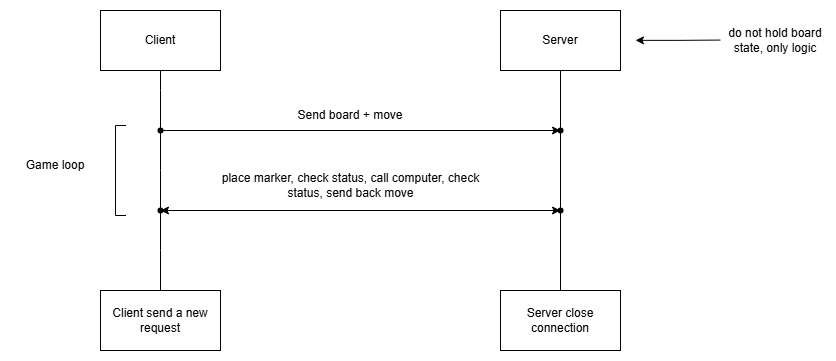
Earlier version of the draw.io export miscellaneous/StatelessDesign.png (AnhNguyen-Olivia/Programming_Exercises). Source tidied: cells renumbered, new cells last; positions are measured from the earlier drawing's top-left corner, leaving out a move shared by most shapes. Source of this version:
```xml
<mxGraphModel>
  <root>
    <mxCell id="0" />
    <mxCell id="1" parent="0" />
    <mxCell id="2" value="Client" style="whiteSpace=wrap;html=1;" parent="1" vertex="1">
      <mxGeometry x="90" width="120" height="60" as="geometry" />
    </mxCell>
    <mxCell id="3" style="edgeStyle=orthogonalEdgeStyle;rounded=0;orthogonalLoop=1;jettySize=auto;html=1;exitX=1;exitY=0.5;exitDx=0;exitDy=0;endArrow=none;endFill=0;startArrow=classic;startFill=1;" parent="1" edge="1">
      <mxGeometry relative="1" as="geometry">
        <mxPoint x="625" y="29.9" as="sourcePoint" />
        <mxPoint x="710" y="29.6" as="targetPoint" />
      </mxGeometry>
    </mxCell>
    <mxCell id="4" value="Server" style="whiteSpace=wrap;html=1;" parent="1" vertex="1">
      <mxGeometry x="490" width="120" height="60" as="geometry" />
    </mxCell>
    <mxCell id="5" style="edgeStyle=orthogonalEdgeStyle;rounded=0;jettySize=auto;html=1;endArrow=none;endFill=0;" parent="1" edge="1" target="6">
      <mxGeometry relative="1" as="geometry">
        <mxPoint x="150" y="60" as="sourcePoint" />
      </mxGeometry>
    </mxCell>
    <mxCell id="6" style="shape=waypoint;sketch=0;fillStyle=solid;size=6;points=[];fillColor=none;perimeter=centerPerimeter;snapToPoint=1;opacity=0;" parent="1" vertex="1">
      <mxGeometry x="140" y="70" width="20" height="20" as="geometry" />
    </mxCell>
    <mxCell id="7" style="edgeStyle=orthogonalEdgeStyle;rounded=0;jettySize=auto;html=1;endArrow=none;endFill=0;" parent="1" edge="1" source="4" target="8">
      <mxGeometry relative="1" as="geometry" />
    </mxCell>
    <mxCell id="8" style="shape=waypoint;sketch=0;fillStyle=solid;size=6;points=[];fillColor=none;perimeter=centerPerimeter;snapToPoint=1;opacity=0;" parent="1" vertex="1">
      <mxGeometry x="540" y="110" width="20" height="20" as="geometry" />
    </mxCell>
    <mxCell id="9" style="edgeStyle=orthogonalEdgeStyle;rounded=0;jettySize=auto;html=1;endArrow=none;endFill=0;" parent="1" edge="1" source="21" target="10">
      <mxGeometry relative="1" as="geometry" />
    </mxCell>
    <mxCell id="10" style="shape=waypoint;sketch=0;fillStyle=solid;size=6;points=[];fillColor=none;perimeter=centerPerimeter;snapToPoint=1;opacity=0;" parent="1" vertex="1">
      <mxGeometry x="140" y="150" width="20" height="20" as="geometry" />
    </mxCell>
    <mxCell id="11" style="edgeStyle=orthogonalEdgeStyle;rounded=0;jettySize=auto;html=1;endArrow=none;endFill=0;" parent="1" edge="1" source="8" target="12">
      <mxGeometry relative="1" as="geometry" />
    </mxCell>
    <mxCell id="12" style="shape=waypoint;sketch=0;fillStyle=solid;size=6;points=[];fillColor=none;perimeter=centerPerimeter;snapToPoint=1;opacity=0;" parent="1" vertex="1">
      <mxGeometry x="540" y="190" width="20" height="20" as="geometry" />
    </mxCell>
    <mxCell id="13" style="edgeStyle=orthogonalEdgeStyle;rounded=0;jettySize=auto;html=1;endArrow=none;endFill=0;" parent="1" edge="1" source="10" target="14">
      <mxGeometry relative="1" as="geometry" />
    </mxCell>
    <mxCell id="14" style="shape=waypoint;sketch=0;fillStyle=solid;size=6;points=[];fillColor=none;perimeter=centerPerimeter;snapToPoint=1;opacity=0;" parent="1" vertex="1">
      <mxGeometry x="140" y="230" width="20" height="20" as="geometry" />
    </mxCell>
    <mxCell id="15" style="edgeStyle=orthogonalEdgeStyle;rounded=0;jettySize=auto;html=1;endArrow=none;endFill=0;entryX=0.5;entryY=0;entryDx=0;entryDy=0;" parent="1" edge="1" source="14" target="31">
      <mxGeometry relative="1" as="geometry" />
    </mxCell>
    <mxCell id="16" style="edgeStyle=orthogonalEdgeStyle;rounded=0;jettySize=auto;html=1;endArrow=none;endFill=0;entryX=0.5;entryY=0;entryDx=0;entryDy=0;" parent="1" edge="1" source="18" target="30">
      <mxGeometry relative="1" as="geometry" />
    </mxCell>
    <mxCell id="17" style="edgeStyle=orthogonalEdgeStyle;rounded=0;jettySize=auto;html=1;endArrow=none;endFill=0;" parent="1" edge="1" source="12" target="18">
      <mxGeometry relative="1" as="geometry" />
    </mxCell>
    <mxCell id="18" style="shape=waypoint;sketch=0;fillStyle=solid;size=6;points=[];fillColor=none;perimeter=centerPerimeter;snapToPoint=1;" parent="1" vertex="1">
      <mxGeometry x="540" y="110" width="20" height="20" as="geometry" />
    </mxCell>
    <mxCell id="19" style="edgeStyle=orthogonalEdgeStyle;rounded=0;jettySize=auto;html=1;endArrow=none;endFill=0;" parent="1" edge="1" source="6" target="21">
      <mxGeometry relative="1" as="geometry" />
    </mxCell>
    <mxCell id="20" style="edgeStyle=orthogonalEdgeStyle;rounded=0;jettySize=auto;html=1;" parent="1" edge="1" source="21" target="18">
      <mxGeometry relative="1" as="geometry" />
    </mxCell>
    <mxCell id="21" style="shape=waypoint;sketch=0;fillStyle=solid;size=6;points=[];fillColor=none;perimeter=centerPerimeter;snapToPoint=1;" parent="1" vertex="1">
      <mxGeometry x="140" y="110" width="20" height="20" as="geometry" />
    </mxCell>
    <mxCell id="22" value="Send board + move" style="text;html=1;whiteSpace=wrap;strokeColor=none;fillColor=none;align=center;verticalAlign=middle;rounded=0;" parent="1" vertex="1">
      <mxGeometry x="265" y="90" width="150" height="30" as="geometry" />
    </mxCell>
    <mxCell id="23" style="shape=waypoint;sketch=0;fillStyle=solid;size=6;points=[];fillColor=none;perimeter=centerPerimeter;snapToPoint=1;" parent="1" vertex="1">
      <mxGeometry x="540" y="190" width="20" height="20" as="geometry" />
    </mxCell>
    <mxCell id="24" style="edgeStyle=orthogonalEdgeStyle;rounded=0;jettySize=auto;html=1;startArrow=classic;startFill=1;" parent="1" edge="1" source="25" target="23">
      <mxGeometry relative="1" as="geometry" />
    </mxCell>
    <mxCell id="25" style="shape=waypoint;sketch=0;fillStyle=solid;size=6;points=[];fillColor=none;perimeter=centerPerimeter;snapToPoint=1;" parent="1" vertex="1">
      <mxGeometry x="140" y="190" width="20" height="20" as="geometry" />
    </mxCell>
    <mxCell id="26" value="place marker, check status, call computer, check status, send back move" style="text;html=1;whiteSpace=wrap;strokeColor=none;fillColor=none;align=center;verticalAlign=middle;rounded=0;" parent="1" vertex="1">
      <mxGeometry x="203" y="160" width="275" height="30" as="geometry" />
    </mxCell>
    <mxCell id="27" value="do not hold board state, only logic" style="text;html=1;whiteSpace=wrap;strokeColor=none;fillColor=none;align=center;verticalAlign=middle;rounded=0;" parent="1" vertex="1">
      <mxGeometry x="715" y="15" width="100" height="30" as="geometry" />
    </mxCell>
    <mxCell id="28" style="shape=partialRectangle;whiteSpace=wrap;html=1;bottom=1;right=1;left=1;top=0;fillColor=none;routingCenterX=-0.5;rotation=90;" parent="1" vertex="1">
      <mxGeometry x="65" y="155" width="90" height="10" as="geometry" />
    </mxCell>
    <mxCell id="29" value="Game loop" style="text;html=1;whiteSpace=wrap;strokeColor=none;fillColor=none;align=center;verticalAlign=middle;rounded=0;" parent="1" vertex="1">
      <mxGeometry y="140" width="90" height="30" as="geometry" />
    </mxCell>
    <mxCell id="30" value="Server close connection" style="rounded=0;whiteSpace=wrap;html=1;" parent="1" vertex="1">
      <mxGeometry x="490" y="280" width="120" height="60" as="geometry" />
    </mxCell>
    <mxCell id="31" value="Client send a new request" style="rounded=0;whiteSpace=wrap;html=1;" parent="1" vertex="1">
      <mxGeometry x="90" y="280" width="120" height="60" as="geometry" />
    </mxCell>
  </root>
</mxGraphModel>
```
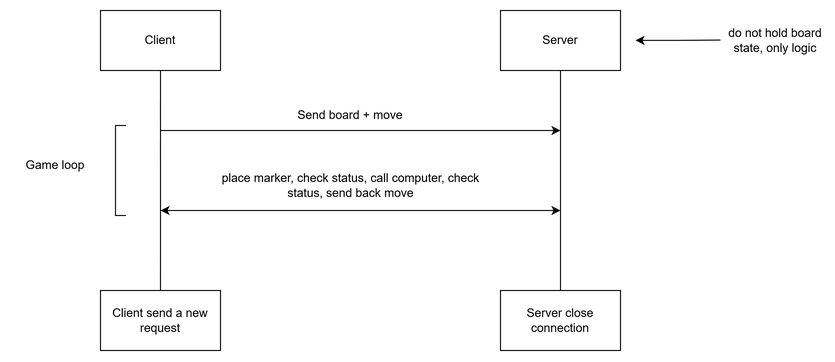
After the commit.

Diff of the diagram source:
```diff
@@ -55,7 +55,7 @@
     <mxCell id="17" style="edgeStyle=orthogonalEdgeStyle;rounded=0;jettySize=auto;html=1;endArrow=none;endFill=0;" parent="1" edge="1" source="12" target="18">
       <mxGeometry relative="1" as="geometry" />
     </mxCell>
-    <mxCell id="18" style="shape=waypoint;sketch=0;fillStyle=solid;size=6;points=[];fillColor=none;perimeter=centerPerimeter;snapToPoint=1;" parent="1" vertex="1">
+    <mxCell id="18" style="shape=waypoint;sketch=0;fillStyle=solid;size=6;points=[];fillColor=none;perimeter=centerPerimeter;snapToPoint=1;opacity=0;" parent="1" vertex="1">
       <mxGeometry x="540" y="110" width="20" height="20" as="geometry" />
     </mxCell>
     <mxCell id="19" style="edgeStyle=orthogonalEdgeStyle;rounded=0;jettySize=auto;html=1;endArrow=none;endFill=0;" parent="1" edge="1" source="6" target="21">
@@ -64,19 +64,19 @@
     <mxCell id="20" style="edgeStyle=orthogonalEdgeStyle;rounded=0;jettySize=auto;html=1;" parent="1" edge="1" source="21" target="18">
       <mxGeometry relative="1" as="geometry" />
     </mxCell>
-    <mxCell id="21" style="shape=waypoint;sketch=0;fillStyle=solid;size=6;points=[];fillColor=none;perimeter=centerPerimeter;snapToPoint=1;" parent="1" vertex="1">
+    <mxCell id="21" style="shape=waypoint;sketch=0;fillStyle=solid;size=6;points=[];fillColor=none;perimeter=centerPerimeter;snapToPoint=1;opacity=0;" parent="1" vertex="1">
       <mxGeometry x="140" y="110" width="20" height="20" as="geometry" />
     </mxCell>
     <mxCell id="22" value="Send board + move" style="text;html=1;whiteSpace=wrap;strokeColor=none;fillColor=none;align=center;verticalAlign=middle;rounded=0;" parent="1" vertex="1">
       <mxGeometry x="265" y="90" width="150" height="30" as="geometry" />
     </mxCell>
-    <mxCell id="23" style="shape=waypoint;sketch=0;fillStyle=solid;size=6;points=[];fillColor=none;perimeter=centerPerimeter;snapToPoint=1;" parent="1" vertex="1">
+    <mxCell id="23" style="shape=waypoint;sketch=0;fillStyle=solid;size=6;points=[];fillColor=none;perimeter=centerPerimeter;snapToPoint=1;opacity=0;" parent="1" vertex="1">
       <mxGeometry x="540" y="190" width="20" height="20" as="geometry" />
     </mxCell>
     <mxCell id="24" style="edgeStyle=orthogonalEdgeStyle;rounded=0;jettySize=auto;html=1;startArrow=classic;startFill=1;" parent="1" edge="1" source="25" target="23">
       <mxGeometry relative="1" as="geometry" />
     </mxCell>
-    <mxCell id="25" style="shape=waypoint;sketch=0;fillStyle=solid;size=6;points=[];fillColor=none;perimeter=centerPerimeter;snapToPoint=1;" parent="1" vertex="1">
+    <mxCell id="25" style="shape=waypoint;sketch=0;fillStyle=solid;size=6;points=[];fillColor=none;perimeter=centerPerimeter;snapToPoint=1;opacity=0;" parent="1" vertex="1">
       <mxGeometry x="140" y="190" width="20" height="20" as="geometry" />
     </mxCell>
     <mxCell id="26" value="place marker, check status, call computer, check status, send back move" style="text;html=1;whiteSpace=wrap;strokeColor=none;fillColor=none;align=center;verticalAlign=middle;rounded=0;" parent="1" vertex="1">
```
